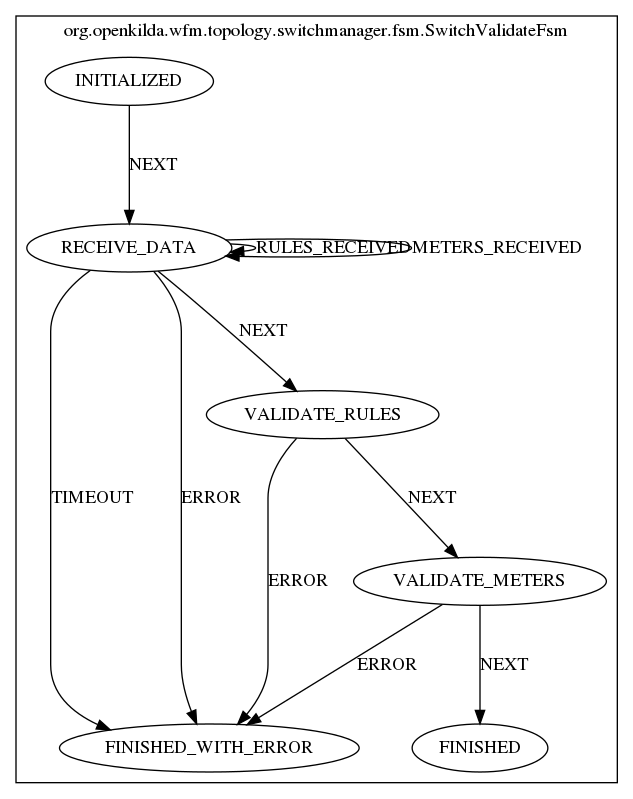
Before: docs/design/hub-and-spoke/switch-validate/switch-validate-fsm.png, a diagram exported from Graphviz (telstra/open-kilda). Its source is kept beside it as docs/design/hub-and-spoke/switch-validate/switch-validate-fsm.dot.
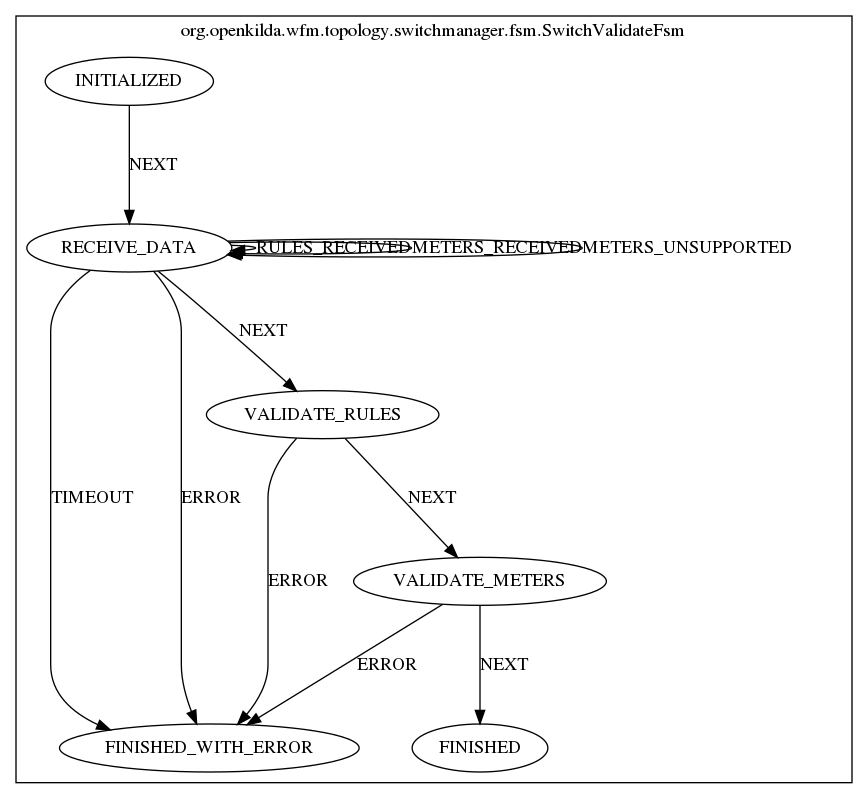
Later version of the same file.

The edit, as a diff of the source:
```diff
@@ -14,6 +14,7 @@
 VALIDATE_RULES -> VALIDATE_METERS [ label="NEXT"];
 RECEIVE_DATA -> RECEIVE_DATA [ label="RULES_RECEIVED"];
 RECEIVE_DATA -> RECEIVE_DATA [ label="METERS_RECEIVED"];
+RECEIVE_DATA -> RECEIVE_DATA [ label="METERS_UNSUPPORTED"];
 RECEIVE_DATA -> FINISHED_WITH_ERROR [ label="TIMEOUT"];
 RECEIVE_DATA -> FINISHED_WITH_ERROR [ label="ERROR"];
 RECEIVE_DATA -> VALIDATE_RULES [ label="NEXT"];
```
